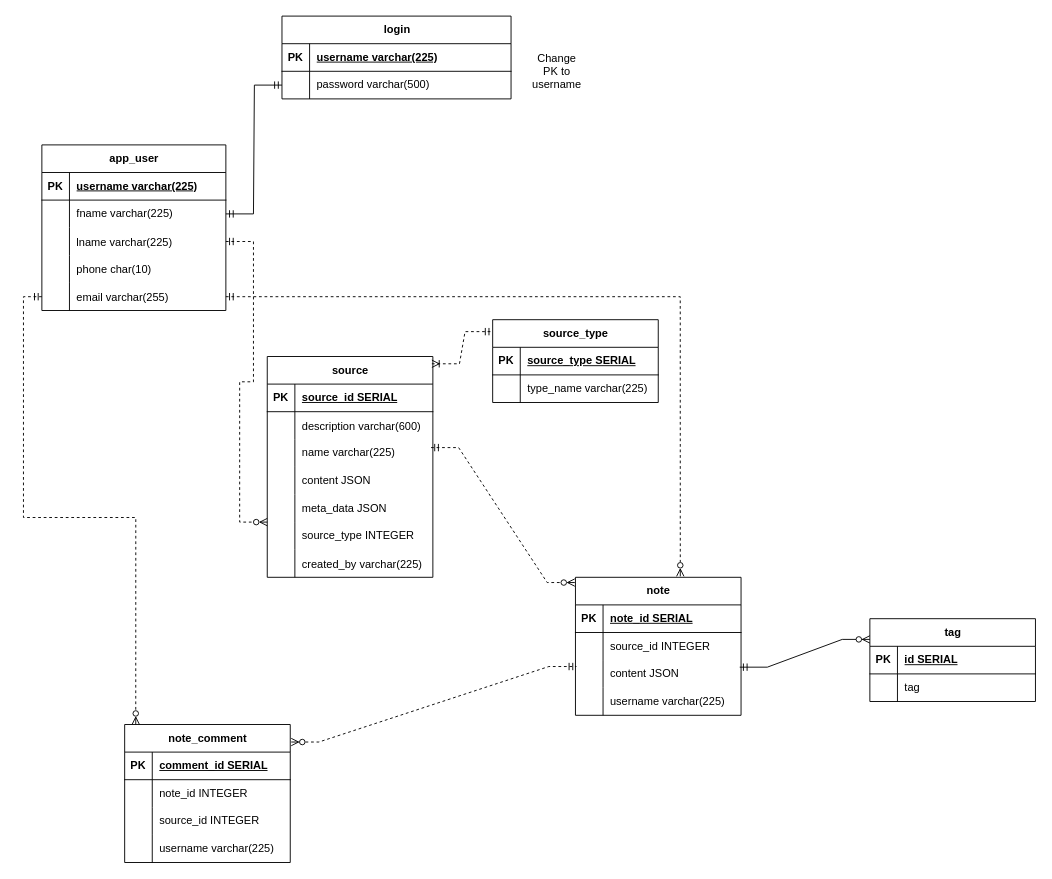
Earlier version of the draw.io diagram documentation/db_ER_diagram/CapstoneDB.drawio (Cwill124/Group3Spring2024Capstone). Source tidied: cells renumbered, new cells numbered last; positions are measured from the earlier drawing's top-left corner, leaving out a move shared by most shapes. Both pictures are drawn from the tidied source at 92%, with x=0, y=0 at pixel (41, 16).
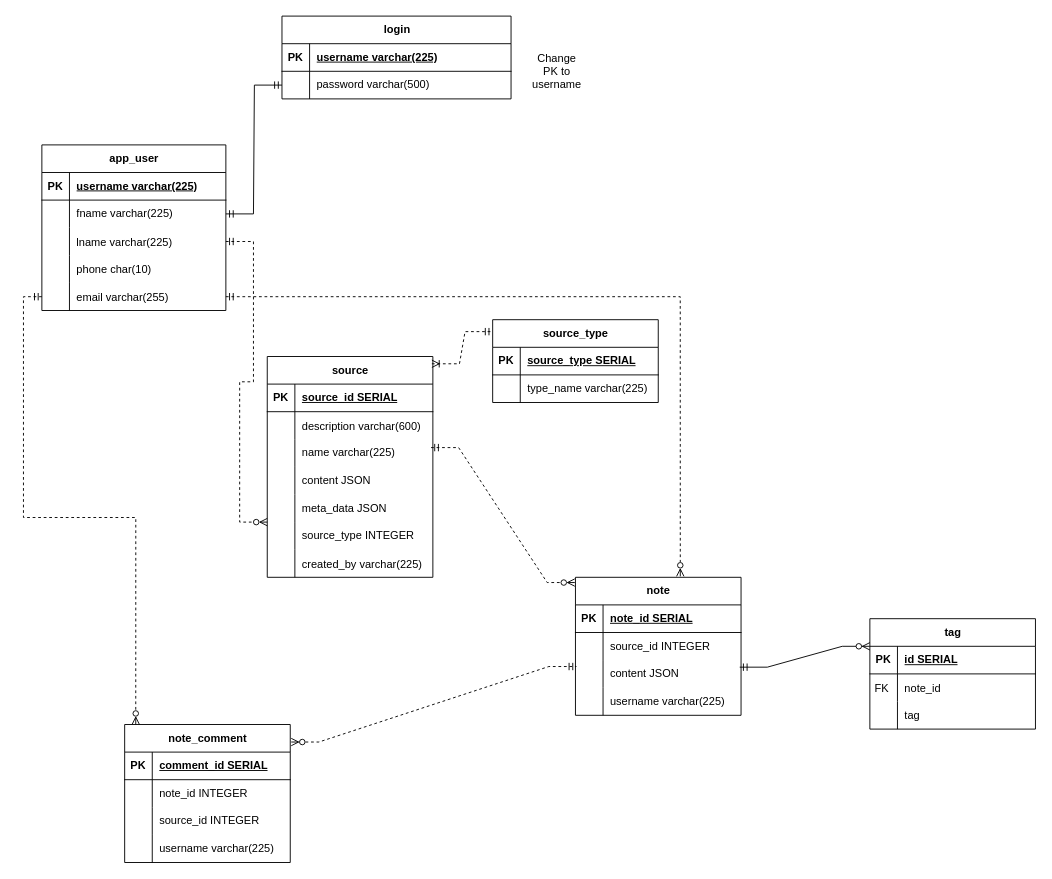
After the change.

Diff of the diagram source:
```diff
@@
     <mxCell id="88" value="tag" style="shape=table;startSize=30;childLayout=tableLayout;rowLines=0;fontStyle=1;align=center;html=1;" parent="1" vertex="1">
-      <mxGeometry x="900" y="655" width="180" height="90" as="geometry" />
+      <mxGeometry x="900" y="655" width="180" height="120" as="geometry" />
     </mxCell>
@@
+    <mxCell id="96" style="shape=tableRow;horizontal=0;startSize=0;swimlaneHead=0;swimlaneBody=0;fillColor=none;top=0;left=0;right=0;bottom=0;" parent="88" vertex="1">
+      <mxGeometry y="60" width="180" height="30" as="geometry" />
+    </mxCell>
+    <mxCell id="97" value="FK " style="shape=partialRectangle;fillColor=none;top=0;left=0;bottom=0;right=0;overflow=hidden;" parent="96" vertex="1">
+      <mxGeometry width="30" height="30" as="geometry" />
+    </mxCell>
+    <mxCell id="98" value="note_id" style="shape=partialRectangle;fillColor=none;top=0;left=0;bottom=0;right=0;align=left;spacingLeft=6;overflow=hidden;" parent="96" vertex="1">
+      <mxGeometry x="30" width="150" height="30" as="geometry" />
+    </mxCell>
     <mxCell id="92" style="shape=tableRow;horizontal=0;startSize=0;swimlaneHead=0;swimlaneBody=0;fillColor=none;top=0;left=0;right=0;bottom=0;" parent="88" vertex="1">
-      <mxGeometry y="60" width="180" height="30" as="geometry" />
+      <mxGeometry y="90" width="180" height="30" as="geometry" />
     </mxCell>
```
